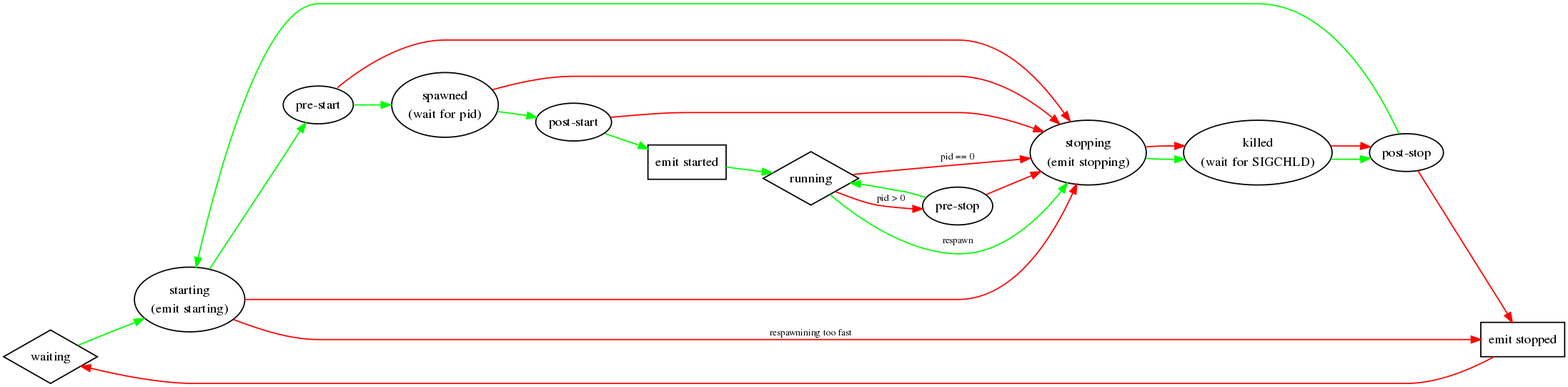
Before: doc/states.png, a diagram exported from Graphviz (ubports/upstart). Its source is kept beside it as doc/states.dot.
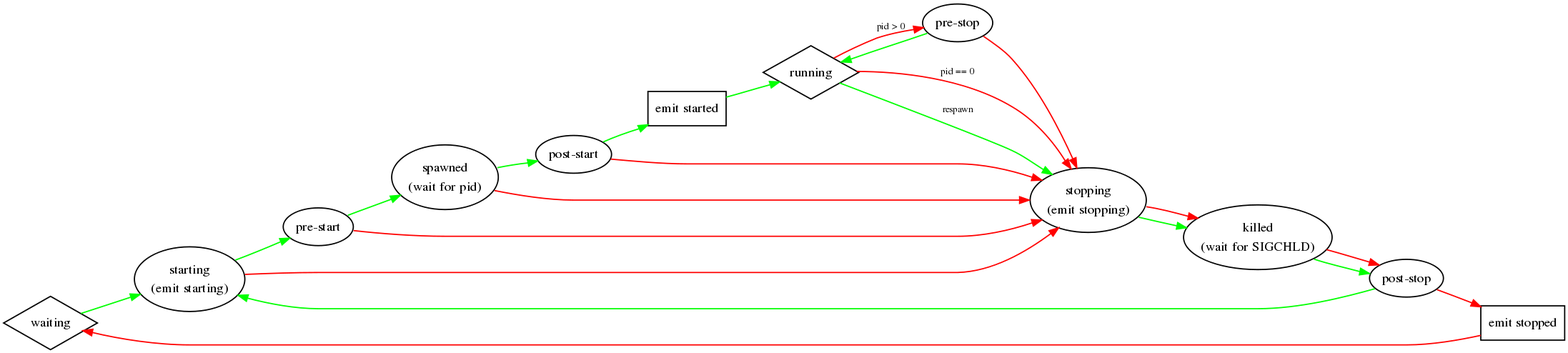
After the commit.

The edit, as a diff of the source:
```diff
@@ -38,7 +38,6 @@
 
 	waiting -> starting [color=green];
 	starting -> pre_start [color=green];
-	starting -> emit_stopped [color=red,label="respawnining too fast"];
 	starting -> stopping [color=red];
 	pre_start -> spawned [color=green];
 	pre_start -> stopping [color=red];
```
